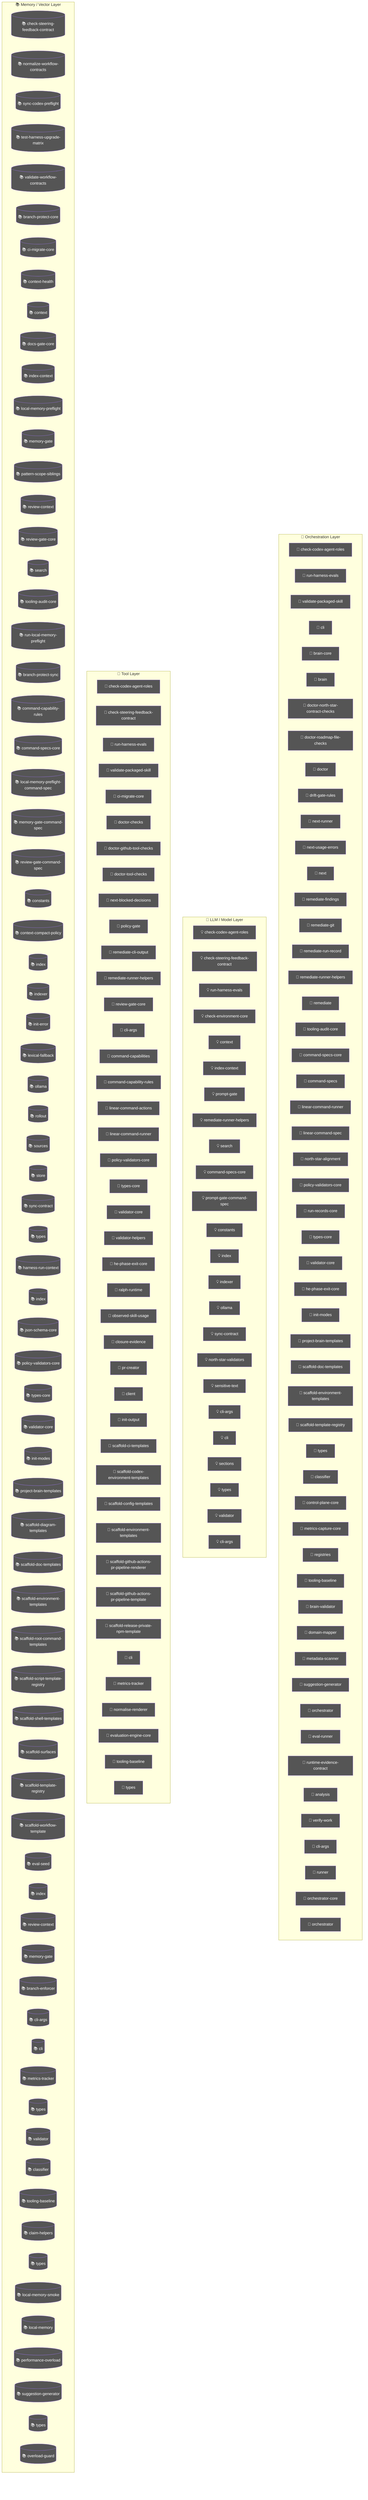
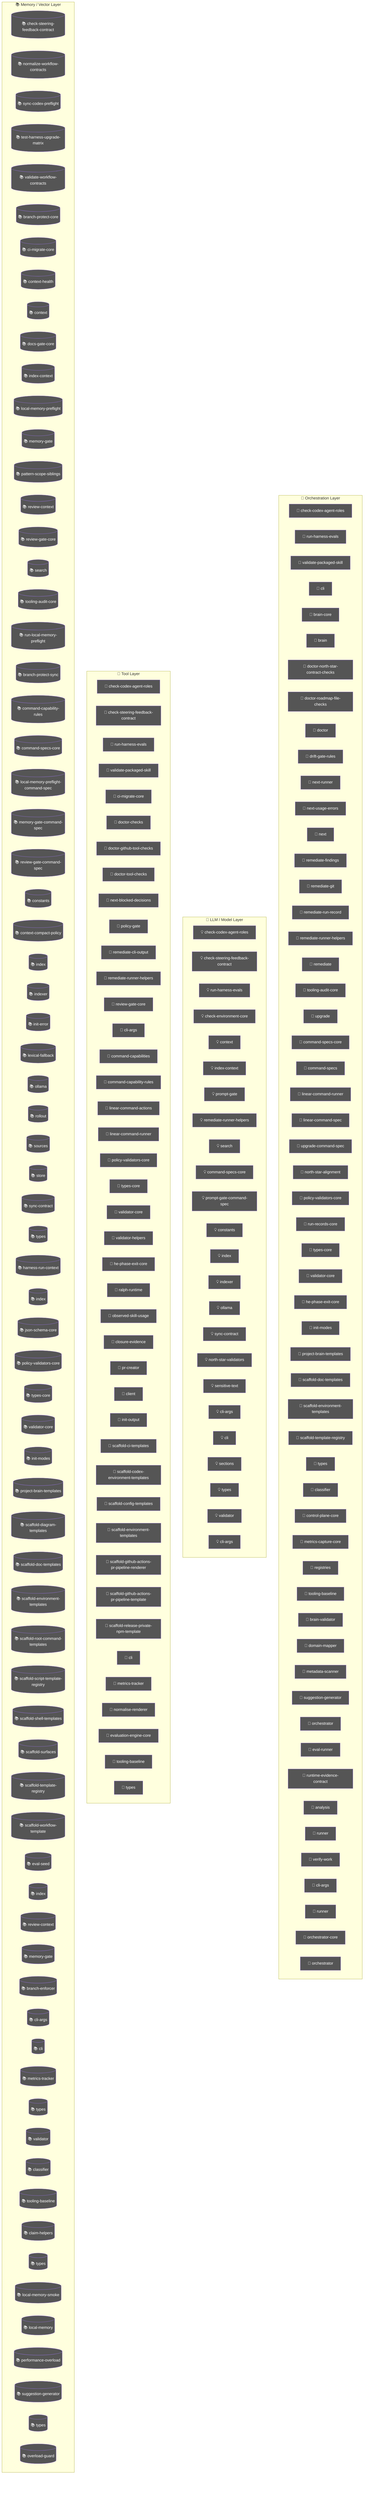
flowchart TD
  subgraph Orchestration["🎯 Orchestration Layer"]
    node_agent_mmd_orchestration_layer_orchestration_chec_7a9f0b64["🤖 check-codex-agent-roles"]
    node_agent_mmd_orchestration_layer_orchestration_run__18817957["🤖 run-harness-evals"]
    node_agent_mmd_orchestration_layer_orchestration_vali_c01b04be["🤖 validate-packaged-skill"]
    cli_99bb8840["🤖 cli"]
    brain_core_aa07c380["🤖 brain-core"]
    brain_bbbf7a64["🤖 brain"]
    doctor_north_star_contract_checks_0048124c["🤖 doctor-north-star-contract-checks"]
    doctor_roadmap_file_checks_14447b8e["🤖 doctor-roadmap-file-checks"]
    doctor_72f4be89["🤖 doctor"]
    drift_gate_rules_9685e72d["🤖 drift-gate-rules"]
    next_runner_41643472["🤖 next-runner"]
    next_usage_errors_837a345a["🤖 next-usage-errors"]
    next_c6c1c9a9["🤖 next"]
    remediate_findings_8b09c8c6["🤖 remediate-findings"]
    remediate_git_58c6f6f4["🤖 remediate-git"]
    remediate_run_record_9dfe5dc1["🤖 remediate-run-record"]
    node_agent_mmd_orchestration_layer_orchestration_reme_359fe98f["🤖 remediate-runner-helpers"]
    remediate_06b9c7fc["🤖 remediate"]
    node_agent_mmd_orchestration_layer_orchestration_tool_acfe0c01["🤖 tooling-audit-core"]
+     upgrade_7fef9479["🤖 upgrade"]
    node_agent_mmd_orchestration_layer_orchestration_comm_1f8cc24c["🤖 command-specs-core"]
    command_specs_69167c63["🤖 command-specs"]
    node_agent_mmd_orchestration_layer_orchestration_line_b67affd5["🤖 linear-command-runner"]
    linear_command_spec_1e12dd44["🤖 linear-command-spec"]
+     upgrade_command_spec_03f6c7bd["🤖 upgrade-command-spec"]
    north_star_alignment_00440188["🤖 north-star-alignment"]
    node_agent_mmd_orchestration_layer_orchestration_poli_3270b55d["🤖 policy-validators-core"]
    run_records_core_89286dfa["🤖 run-records-core"]
    node_agent_mmd_orchestration_layer_orchestration_type_7cf81261["🤖 types-core"]
    node_agent_mmd_orchestration_layer_orchestration_vali_d9fe99e6["🤖 validator-core"]
    node_agent_mmd_orchestration_layer_orchestration_he_p_fc778c24["🤖 he-phase-exit-core"]
    node_agent_mmd_orchestration_layer_orchestration_init_2a9c3ecb["🤖 init-modes"]
    node_agent_mmd_orchestration_layer_orchestration_proj_6ab6f60f["🤖 project-brain-templates"]
    node_agent_mmd_orchestration_layer_orchestration_scaf_12cc07db["🤖 scaffold-doc-templates"]
    node_agent_mmd_orchestration_layer_orchestration_scaf_c9a90c2f["🤖 scaffold-environment-templates"]
    node_agent_mmd_orchestration_layer_orchestration_scaf_ff8f92f6["🤖 scaffold-template-registry"]
    types_9_1db4641f["🤖 types"]
    node_agent_mmd_orchestration_layer_orchestration_clas_899b821a["🤖 classifier"]
    control_plane_core_db3b4cb2["🤖 control-plane-core"]
    metrics_capture_core_db4bf7cf["🤖 metrics-capture-core"]
    registries_06402afa["🤖 registries"]
    node_agent_mmd_orchestration_layer_orchestration_tool_cc43149f["🤖 tooling-baseline"]
    brain_validator_be251832["🤖 brain-validator"]
    domain_mapper_cd9333d2["🤖 domain-mapper"]
    metadata_scanner_6a101b66["🤖 metadata-scanner"]
    node_agent_mmd_orchestration_layer_orchestration_sugg_85c5ebe3["🤖 suggestion-generator"]
    orchestrator_11376b7e["🤖 orchestrator"]
    eval_runner_0966a6b3["🤖 eval-runner"]
    runtime_evidence_contract_0f7b15b2["🤖 runtime-evidence-contract"]
    analysis_f44e85c4["🤖 analysis"]
+     runner_527aa9f4["🤖 runner"]
    verify_work_1_cd8e7ec3["🤖 verify-work"]
-     cli_args_11_b6a64600["🤖 cli-args"]
-     runner_527aa9f4["🤖 runner"]
+     cli_args_13_c585e27d["🤖 cli-args"]
+     runner_1_6f281bf8["🤖 runner"]
    orchestrator_core_d0678b53["🤖 orchestrator-core"]
    orchestrator_1_6b7137c5["🤖 orchestrator"]
  end
  subgraph LLMLayer["🧠 LLM / Model Layer"]
    node_agent_mmd_llm_model_layer_llmlayer_check_codex_a_29e7b7fa["💡 check-codex-agent-roles"]
    node_agent_mmd_llm_model_layer_llmlayer_check_steerin_a7dbbd2f["💡 check-steering-feedback-contract"]
    node_agent_mmd_llm_model_layer_llmlayer_run_harness_e_603fcfdc["💡 run-harness-evals"]
    check_environment_core_2c16213f["💡 check-environment-core"]
    node_agent_mmd_llm_model_layer_llmlayer_context_conte_ad2dfbd9["💡 context"]
    node_agent_mmd_llm_model_layer_llmlayer_index_context_1041bd11["💡 index-context"]
    prompt_gate_c5e9d207["💡 prompt-gate"]
    node_agent_mmd_llm_model_layer_llmlayer_remediate_run_9e3d4585["💡 remediate-runner-helpers"]
    node_agent_mmd_llm_model_layer_llmlayer_search_search_66b9a911["💡 search"]
    node_agent_mmd_llm_model_layer_llmlayer_command_specs_782af9fa["💡 command-specs-core"]
    prompt_gate_command_spec_9a941482["💡 prompt-gate-command-spec"]
    node_agent_mmd_llm_model_layer_llmlayer_constants_con_c9bd3f6c["💡 constants"]
    node_agent_mmd_llm_model_layer_llmlayer_index_index_1_02e160ff["💡 index"]
    node_agent_mmd_llm_model_layer_llmlayer_indexer_index_4f4deef5["💡 indexer"]
    node_agent_mmd_llm_model_layer_llmlayer_ollama_ollama_968b23fa["💡 ollama"]
    node_agent_mmd_llm_model_layer_llmlayer_sync_contract_9f3cc8c1["💡 sync-contract"]
    north_star_validators_cfc926ce["💡 north-star-validators"]
    sensitive_text_7c11f760["💡 sensitive-text"]
-     cli_args_7_16dab031["💡 cli-args"]
+     cli_args_8_d546936e["💡 cli-args"]
    cli_7_dc4a9f7f["💡 cli"]
    sections_4697ef32["💡 sections"]
    types_19_eb4ad5f0["💡 types"]
    validator_6_3688adbf["💡 validator"]
-     cli_args_8_d546936e["💡 cli-args"]
+     cli_args_9_9c136878["💡 cli-args"]
  end
  subgraph ToolLayer["🔧 Tool Layer"]
    node_agent_mmd_tool_layer_toollayer_check_codex_agent_4b361d5a["🔧 check-codex-agent-roles"]
    node_agent_mmd_tool_layer_toollayer_check_steering_fe_84ed22c2["🔧 check-steering-feedback-contract"]
    node_agent_mmd_tool_layer_toollayer_run_harness_evals_e2ee24f1["🔧 run-harness-evals"]
    node_agent_mmd_tool_layer_toollayer_validate_packaged_f6ed6f12["🔧 validate-packaged-skill"]
    node_agent_mmd_tool_layer_toollayer_ci_migrate_core_c_049f8460["🔧 ci-migrate-core"]
    doctor_checks_5a2eb2b9["🔧 doctor-checks"]
    doctor_github_tool_checks_a53b0382["🔧 doctor-github-tool-checks"]
    doctor_tool_checks_4acac51a["🔧 doctor-tool-checks"]
    next_blocked_decisions_4140ad2b["🔧 next-blocked-decisions"]
    policy_gate_213f7313["🔧 policy-gate"]
    remediate_cli_output_cc165396["🔧 remediate-cli-output"]
    node_agent_mmd_tool_layer_toollayer_remediate_runner__c003b871["🔧 remediate-runner-helpers"]
    node_agent_mmd_tool_layer_toollayer_review_gate_core__7704598b["🔧 review-gate-core"]
    cli_args_1_6144b055["🔧 cli-args"]
    command_capabilities_a4d5c71e["🔧 command-capabilities"]
    node_agent_mmd_tool_layer_toollayer_command_capabilit_e97a4615["🔧 command-capability-rules"]
    linear_command_actions_e430f4f4["🔧 linear-command-actions"]
    node_agent_mmd_tool_layer_toollayer_linear_command_ru_d6763748["🔧 linear-command-runner"]
    node_agent_mmd_tool_layer_toollayer_policy_validators_af136abf["🔧 policy-validators-core"]
    node_agent_mmd_tool_layer_toollayer_types_core_types__6c8319b6["🔧 types-core"]
    node_agent_mmd_tool_layer_toollayer_validator_core_va_6ef6131f["🔧 validator-core"]
    validator_helpers_7b927667["🔧 validator-helpers"]
    node_agent_mmd_tool_layer_toollayer_he_phase_exit_cor_af016160["🔧 he-phase-exit-core"]
    ralph_runtime_73d63c0e["🔧 ralph-runtime"]
    observed_skill_usage_ed7d5930["🔧 observed-skill-usage"]
    closure_evidence_aaa31467["🔧 closure-evidence"]
    pr_creator_dc6b1ea4["🔧 pr-creator"]
    client_948fe603["🔧 client"]
    init_output_360dce91["🔧 init-output"]
    scaffold_ci_templates_2afd6392["🔧 scaffold-ci-templates"]
    scaffold_codex_environment_templates_334fbbed["🔧 scaffold-codex-environment-templates"]
    scaffold_config_templates_4b80ce53["🔧 scaffold-config-templates"]
    node_agent_mmd_tool_layer_toollayer_scaffold_environm_c1afc013["🔧 scaffold-environment-templates"]
    scaffold_github_actions_pr_pipeline_renderer_1ee18de5["🔧 scaffold-github-actions-pr-pipeline-renderer"]
    scaffold_github_actions_pr_pipeline_template_e2b85f62["🔧 scaffold-github-actions-pr-pipeline-template"]
    scaffold_release_private_npm_template_075499f8["🔧 scaffold-release-private-npm-template"]
    node_agent_mmd_tool_layer_toollayer_cli_cli_2_1_32d9eeaf["🔧 cli"]
    node_agent_mmd_tool_layer_toollayer_metrics_tracker_m_4c9237d8["🔧 metrics-tracker"]
    normalise_renderer_85f2e563["🔧 normalise-renderer"]
    evaluation_engine_core_e054fe49["🔧 evaluation-engine-core"]
    node_agent_mmd_tool_layer_toollayer_tooling_baseline__61e66e9f["🔧 tooling-baseline"]
    types_25_89d086aa["🔧 types"]
  end
  subgraph MemoryLayer["📚 Memory / Vector Layer"]
    node_agent_mmd_memory_vector_layer_memorylayer_check__d71f8993[("📚 check-steering-feedback-contract")]
    normalize_workflow_contracts_8701f1c8[("📚 normalize-workflow-contracts")]
    sync_codex_preflight_7e7a8dc2[("📚 sync-codex-preflight")]
    test_harness_upgrade_matrix_84113c4e[("📚 test-harness-upgrade-matrix")]
    validate_workflow_contracts_33dc063c[("📚 validate-workflow-contracts")]
    branch_protect_core_a8feb0fd[("📚 branch-protect-core")]
    node_agent_mmd_memory_vector_layer_memorylayer_ci_mig_0cd5b1a4[("📚 ci-migrate-core")]
    context_health_80bb7da9[("📚 context-health")]
    node_agent_mmd_memory_vector_layer_memorylayer_contex_78ceaaa9[("📚 context")]
    docs_gate_core_eb9b6c18[("📚 docs-gate-core")]
    node_agent_mmd_memory_vector_layer_memorylayer_index__6f3402d0[("📚 index-context")]
    local_memory_preflight_dcc36c42[("📚 local-memory-preflight")]
    memory_gate_a577a506[("📚 memory-gate")]
    pattern_scope_siblings_43abe000[("📚 pattern-scope-siblings")]
    review_context_ca6cf81d[("📚 review-context")]
    node_agent_mmd_memory_vector_layer_memorylayer_review_5bee9816[("📚 review-gate-core")]
    node_agent_mmd_memory_vector_layer_memorylayer_search_ac35cb7e[("📚 search")]
    node_agent_mmd_memory_vector_layer_memorylayer_toolin_a1185b8f[("📚 tooling-audit-core")]
    run_local_memory_preflight_36e92808[("📚 run-local-memory-preflight")]
    branch_protect_sync_570adb18[("📚 branch-protect-sync")]
    node_agent_mmd_memory_vector_layer_memorylayer_comman_c72a5d05[("📚 command-capability-rules")]
    node_agent_mmd_memory_vector_layer_memorylayer_comman_111eb454[("📚 command-specs-core")]
    local_memory_preflight_command_spec_9e23f3ce[("📚 local-memory-preflight-command-spec")]
    memory_gate_command_spec_dc9001a9[("📚 memory-gate-command-spec")]
    review_gate_command_spec_3187376a[("📚 review-gate-command-spec")]
    node_agent_mmd_memory_vector_layer_memorylayer_consta_702d3f46[("📚 constants")]
    context_compact_policy_3dcaf95d[("📚 context-compact-policy")]
    node_agent_mmd_memory_vector_layer_memorylayer_index__752bc61e[("📚 index")]
    node_agent_mmd_memory_vector_layer_memorylayer_indexe_93e6d86f[("📚 indexer")]
    init_error_5c7dd49f[("📚 init-error")]
    lexical_fallback_723e2b3e[("📚 lexical-fallback")]
    node_agent_mmd_memory_vector_layer_memorylayer_ollama_6d51be16[("📚 ollama")]
    rollout_a4fa034c[("📚 rollout")]
    sources_878a52fc[("📚 sources")]
    store_824d80d7[("📚 store")]
    node_agent_mmd_memory_vector_layer_memorylayer_sync_c_e43418bc[("📚 sync-contract")]
    types_4_822d0f88[("📚 types")]
    harness_run_context_ac7c77a9[("📚 harness-run-context")]
    index_1_faebc14e[("📚 index")]
    json_schema_core_96d7e328[("📚 json-schema-core")]
    node_agent_mmd_memory_vector_layer_memorylayer_policy_1944de42[("📚 policy-validators-core")]
    node_agent_mmd_memory_vector_layer_memorylayer_types__83f369fa[("📚 types-core")]
    node_agent_mmd_memory_vector_layer_memorylayer_valida_41034356[("📚 validator-core")]
    node_agent_mmd_memory_vector_layer_memorylayer_init_m_333d02c5[("📚 init-modes")]
    node_agent_mmd_memory_vector_layer_memorylayer_projec_3ae304d9[("📚 project-brain-templates")]
    scaffold_diagram_templates_dd88e83c[("📚 scaffold-diagram-templates")]
    node_agent_mmd_memory_vector_layer_memorylayer_scaffo_5fd73b94[("📚 scaffold-doc-templates")]
    node_agent_mmd_memory_vector_layer_memorylayer_scaffo_12b42341[("📚 scaffold-environment-templates")]
    scaffold_root_command_templates_404fed7f[("📚 scaffold-root-command-templates")]
    scaffold_script_template_registry_69312d4e[("📚 scaffold-script-template-registry")]
    scaffold_shell_templates_0ad0f915[("📚 scaffold-shell-templates")]
    scaffold_surfaces_12d6494e[("📚 scaffold-surfaces")]
    node_agent_mmd_memory_vector_layer_memorylayer_scaffo_a86eece1[("📚 scaffold-template-registry")]
    scaffold_workflow_template_92310587[("📚 scaffold-workflow-template")]
    eval_seed_5699fd3e[("📚 eval-seed")]
    index_4_013aa0e3[("📚 index")]
    review_context_1_e3afed15[("📚 review-context")]
    memory_gate_1_265164ac[("📚 memory-gate")]
    branch_enforcer_acb749cd[("📚 branch-enforcer")]
-     cli_args_4_15572cd3[("📚 cli-args")]
+     cli_args_5_09ea29f0[("📚 cli-args")]
    node_agent_mmd_memory_vector_layer_memorylayer_cli_cl_1f1f89ab[("📚 cli")]
    node_agent_mmd_memory_vector_layer_memorylayer_metric_12562178[("📚 metrics-tracker")]
    types_11_4be3ee64[("📚 types")]
    validator_4_5180cf23[("📚 validator")]
    node_agent_mmd_memory_vector_layer_memorylayer_classi_1ebbf5ff[("📚 classifier")]
    node_agent_mmd_memory_vector_layer_memorylayer_toolin_14f86b00[("📚 tooling-baseline")]
    claim_helpers_20dc8387[("📚 claim-helpers")]
    types_16_0fae1112[("📚 types")]
    local_memory_smoke_1175abfc[("📚 local-memory-smoke")]
    local_memory_0db17ecc[("📚 local-memory")]
    performance_overload_c685bfcf[("📚 performance-overload")]
    node_agent_mmd_memory_vector_layer_memorylayer_sugges_267f408d[("📚 suggestion-generator")]
    types_23_4352ee2e[("📚 types")]
    overload_guard_2748c559[("📚 overload-guard")]
  end
  classDef agentNode fill:#555,color:#fff
-   class node_agent_mmd_orchestration_layer_orchestration_chec_7a9f0b64,node_agent_mmd_llm_model_layer_llmlayer_check_codex_a_29e7b7fa,node_agent_mmd_tool_layer_toollayer_check_codex_agent_4b361d5a,node_agent_mmd_orchestration_layer_orchestration_run__18817957,node_agent_mmd_llm_model_layer_llmlayer_run_harness_e_603fcfdc,node_agent_mmd_tool_layer_toollayer_run_harness_evals_e2ee24f1,node_agent_mmd_orchestration_layer_orchestration_vali_c01b04be,node_agent_mmd_tool_layer_toollayer_validate_packaged_f6ed6f12,cli_99bb8840,brain_core_aa07c380,brain_bbbf7a64,doctor_north_star_contract_checks_0048124c,doctor_roadmap_file_checks_14447b8e,doctor_72f4be89,drift_gate_rules_9685e72d,next_runner_41643472,next_usage_errors_837a345a,next_c6c1c9a9,remediate_findings_8b09c8c6,remediate_git_58c6f6f4,remediate_run_record_9dfe5dc1,node_agent_mmd_orchestration_layer_orchestration_reme_359fe98f,node_agent_mmd_llm_model_layer_llmlayer_remediate_run_9e3d4585,node_agent_mmd_tool_layer_toollayer_remediate_runner__c003b871,remediate_06b9c7fc,node_agent_mmd_orchestration_layer_orchestration_tool_acfe0c01,node_agent_mmd_memory_vector_layer_memorylayer_toolin_a1185b8f,node_agent_mmd_orchestration_layer_orchestration_comm_1f8cc24c,node_agent_mmd_llm_model_layer_llmlayer_command_specs_782af9fa,node_agent_mmd_memory_vector_layer_memorylayer_comman_111eb454,command_specs_69167c63,node_agent_mmd_orchestration_layer_orchestration_line_b67affd5,node_agent_mmd_tool_layer_toollayer_linear_command_ru_d6763748,linear_command_spec_1e12dd44,north_star_alignment_00440188,node_agent_mmd_orchestration_layer_orchestration_poli_3270b55d,node_agent_mmd_tool_layer_toollayer_policy_validators_af136abf,node_agent_mmd_memory_vector_layer_memorylayer_policy_1944de42,run_records_core_89286dfa,node_agent_mmd_orchestration_layer_orchestration_type_7cf81261,node_agent_mmd_tool_layer_toollayer_types_core_types__6c8319b6,node_agent_mmd_memory_vector_layer_memorylayer_types__83f369fa,node_agent_mmd_orchestration_layer_orchestration_vali_d9fe99e6,node_agent_mmd_tool_layer_toollayer_validator_core_va_6ef6131f,node_agent_mmd_memory_vector_layer_memorylayer_valida_41034356,node_agent_mmd_orchestration_layer_orchestration_he_p_fc778c24,node_agent_mmd_tool_layer_toollayer_he_phase_exit_cor_af016160,node_agent_mmd_orchestration_layer_orchestration_init_2a9c3ecb,node_agent_mmd_memory_vector_layer_memorylayer_init_m_333d02c5,node_agent_mmd_orchestration_layer_orchestration_proj_6ab6f60f,node_agent_mmd_memory_vector_layer_memorylayer_projec_3ae304d9,node_agent_mmd_orchestration_layer_orchestration_scaf_12cc07db,node_agent_mmd_memory_vector_layer_memorylayer_scaffo_5fd73b94,node_agent_mmd_orchestration_layer_orchestration_scaf_c9a90c2f,node_agent_mmd_tool_layer_toollayer_scaffold_environm_c1afc013,node_agent_mmd_memory_vector_layer_memorylayer_scaffo_12b42341,node_agent_mmd_orchestration_layer_orchestration_scaf_ff8f92f6,node_agent_mmd_memory_vector_layer_memorylayer_scaffo_a86eece1,types_9_1db4641f,node_agent_mmd_orchestration_layer_orchestration_clas_899b821a,node_agent_mmd_memory_vector_layer_memorylayer_classi_1ebbf5ff,control_plane_core_db3b4cb2,metrics_capture_core_db4bf7cf,registries_06402afa,node_agent_mmd_orchestration_layer_orchestration_tool_cc43149f,node_agent_mmd_tool_layer_toollayer_tooling_baseline__61e66e9f,node_agent_mmd_memory_vector_layer_memorylayer_toolin_14f86b00,brain_validator_be251832,domain_mapper_cd9333d2,metadata_scanner_6a101b66,node_agent_mmd_orchestration_layer_orchestration_sugg_85c5ebe3,node_agent_mmd_memory_vector_layer_memorylayer_sugges_267f408d,orchestrator_11376b7e,eval_runner_0966a6b3,runtime_evidence_contract_0f7b15b2,analysis_f44e85c4,verify_work_1_cd8e7ec3,cli_args_11_b6a64600,runner_527aa9f4,orchestrator_core_d0678b53,orchestrator_1_6b7137c5 agentNode
+   class node_agent_mmd_orchestration_layer_orchestration_chec_7a9f0b64,node_agent_mmd_llm_model_layer_llmlayer_check_codex_a_29e7b7fa,node_agent_mmd_tool_layer_toollayer_check_codex_agent_4b361d5a,node_agent_mmd_orchestration_layer_orchestration_run__18817957,node_agent_mmd_llm_model_layer_llmlayer_run_harness_e_603fcfdc,node_agent_mmd_tool_layer_toollayer_run_harness_evals_e2ee24f1,node_agent_mmd_orchestration_layer_orchestration_vali_c01b04be,node_agent_mmd_tool_layer_toollayer_validate_packaged_f6ed6f12,cli_99bb8840,brain_core_aa07c380,brain_bbbf7a64,doctor_north_star_contract_checks_0048124c,doctor_roadmap_file_checks_14447b8e,doctor_72f4be89,drift_gate_rules_9685e72d,next_runner_41643472,next_usage_errors_837a345a,next_c6c1c9a9,remediate_findings_8b09c8c6,remediate_git_58c6f6f4,remediate_run_record_9dfe5dc1,node_agent_mmd_orchestration_layer_orchestration_reme_359fe98f,node_agent_mmd_llm_model_layer_llmlayer_remediate_run_9e3d4585,node_agent_mmd_tool_layer_toollayer_remediate_runner__c003b871,remediate_06b9c7fc,node_agent_mmd_orchestration_layer_orchestration_tool_acfe0c01,node_agent_mmd_memory_vector_layer_memorylayer_toolin_a1185b8f,upgrade_7fef9479,node_agent_mmd_orchestration_layer_orchestration_comm_1f8cc24c,node_agent_mmd_llm_model_layer_llmlayer_command_specs_782af9fa,node_agent_mmd_memory_vector_layer_memorylayer_comman_111eb454,command_specs_69167c63,node_agent_mmd_orchestration_layer_orchestration_line_b67affd5,node_agent_mmd_tool_layer_toollayer_linear_command_ru_d6763748,linear_command_spec_1e12dd44,upgrade_command_spec_03f6c7bd,north_star_alignment_00440188,node_agent_mmd_orchestration_layer_orchestration_poli_3270b55d,node_agent_mmd_tool_layer_toollayer_policy_validators_af136abf,node_agent_mmd_memory_vector_layer_memorylayer_policy_1944de42,run_records_core_89286dfa,node_agent_mmd_orchestration_layer_orchestration_type_7cf81261,node_agent_mmd_tool_layer_toollayer_types_core_types__6c8319b6,node_agent_mmd_memory_vector_layer_memorylayer_types__83f369fa,node_agent_mmd_orchestration_layer_orchestration_vali_d9fe99e6,node_agent_mmd_tool_layer_toollayer_validator_core_va_6ef6131f,node_agent_mmd_memory_vector_layer_memorylayer_valida_41034356,node_agent_mmd_orchestration_layer_orchestration_he_p_fc778c24,node_agent_mmd_tool_layer_toollayer_he_phase_exit_cor_af016160,node_agent_mmd_orchestration_layer_orchestration_init_2a9c3ecb,node_agent_mmd_memory_vector_layer_memorylayer_init_m_333d02c5,node_agent_mmd_orchestration_layer_orchestration_proj_6ab6f60f,node_agent_mmd_memory_vector_layer_memorylayer_projec_3ae304d9,node_agent_mmd_orchestration_layer_orchestration_scaf_12cc07db,node_agent_mmd_memory_vector_layer_memorylayer_scaffo_5fd73b94,node_agent_mmd_orchestration_layer_orchestration_scaf_c9a90c2f,node_agent_mmd_tool_layer_toollayer_scaffold_environm_c1afc013,node_agent_mmd_memory_vector_layer_memorylayer_scaffo_12b42341,node_agent_mmd_orchestration_layer_orchestration_scaf_ff8f92f6,node_agent_mmd_memory_vector_layer_memorylayer_scaffo_a86eece1,types_9_1db4641f,node_agent_mmd_orchestration_layer_orchestration_clas_899b821a,node_agent_mmd_memory_vector_layer_memorylayer_classi_1ebbf5ff,control_plane_core_db3b4cb2,metrics_capture_core_db4bf7cf,registries_06402afa,node_agent_mmd_orchestration_layer_orchestration_tool_cc43149f,node_agent_mmd_tool_layer_toollayer_tooling_baseline__61e66e9f,node_agent_mmd_memory_vector_layer_memorylayer_toolin_14f86b00,brain_validator_be251832,domain_mapper_cd9333d2,metadata_scanner_6a101b66,node_agent_mmd_orchestration_layer_orchestration_sugg_85c5ebe3,node_agent_mmd_memory_vector_layer_memorylayer_sugges_267f408d,orchestrator_11376b7e,eval_runner_0966a6b3,runtime_evidence_contract_0f7b15b2,analysis_f44e85c4,runner_527aa9f4,verify_work_1_cd8e7ec3,cli_args_13_c585e27d,runner_1_6f281bf8,orchestrator_core_d0678b53,orchestrator_1_6b7137c5 agentNode
  classDef llmNode fill:#555,color:#fff
-   class node_agent_mmd_orchestration_layer_orchestration_chec_7a9f0b64,node_agent_mmd_llm_model_layer_llmlayer_check_codex_a_29e7b7fa,node_agent_mmd_tool_layer_toollayer_check_codex_agent_4b361d5a,node_agent_mmd_llm_model_layer_llmlayer_check_steerin_a7dbbd2f,node_agent_mmd_tool_layer_toollayer_check_steering_fe_84ed22c2,node_agent_mmd_memory_vector_layer_memorylayer_check__d71f8993,node_agent_mmd_orchestration_layer_orchestration_run__18817957,node_agent_mmd_llm_model_layer_llmlayer_run_harness_e_603fcfdc,node_agent_mmd_tool_layer_toollayer_run_harness_evals_e2ee24f1,check_environment_core_2c16213f,node_agent_mmd_llm_model_layer_llmlayer_context_conte_ad2dfbd9,node_agent_mmd_memory_vector_layer_memorylayer_contex_78ceaaa9,node_agent_mmd_llm_model_layer_llmlayer_index_context_1041bd11,node_agent_mmd_memory_vector_layer_memorylayer_index__6f3402d0,prompt_gate_c5e9d207,node_agent_mmd_orchestration_layer_orchestration_reme_359fe98f,node_agent_mmd_llm_model_layer_llmlayer_remediate_run_9e3d4585,node_agent_mmd_tool_layer_toollayer_remediate_runner__c003b871,node_agent_mmd_llm_model_layer_llmlayer_search_search_66b9a911,node_agent_mmd_memory_vector_layer_memorylayer_search_ac35cb7e,node_agent_mmd_orchestration_layer_orchestration_comm_1f8cc24c,node_agent_mmd_llm_model_layer_llmlayer_command_specs_782af9fa,node_agent_mmd_memory_vector_layer_memorylayer_comman_111eb454,prompt_gate_command_spec_9a941482,node_agent_mmd_llm_model_layer_llmlayer_constants_con_c9bd3f6c,node_agent_mmd_memory_vector_layer_memorylayer_consta_702d3f46,node_agent_mmd_llm_model_layer_llmlayer_index_index_1_02e160ff,node_agent_mmd_memory_vector_layer_memorylayer_index__752bc61e,node_agent_mmd_llm_model_layer_llmlayer_indexer_index_4f4deef5,node_agent_mmd_memory_vector_layer_memorylayer_indexe_93e6d86f,node_agent_mmd_llm_model_layer_llmlayer_ollama_ollama_968b23fa,node_agent_mmd_memory_vector_layer_memorylayer_ollama_6d51be16,node_agent_mmd_llm_model_layer_llmlayer_sync_contract_9f3cc8c1,node_agent_mmd_memory_vector_layer_memorylayer_sync_c_e43418bc,north_star_validators_cfc926ce,sensitive_text_7c11f760,cli_args_7_16dab031,cli_7_dc4a9f7f,sections_4697ef32,types_19_eb4ad5f0,validator_6_3688adbf,cli_args_8_d546936e llmNode
+   class node_agent_mmd_orchestration_layer_orchestration_chec_7a9f0b64,node_agent_mmd_llm_model_layer_llmlayer_check_codex_a_29e7b7fa,node_agent_mmd_tool_layer_toollayer_check_codex_agent_4b361d5a,node_agent_mmd_llm_model_layer_llmlayer_check_steerin_a7dbbd2f,node_agent_mmd_tool_layer_toollayer_check_steering_fe_84ed22c2,node_agent_mmd_memory_vector_layer_memorylayer_check__d71f8993,node_agent_mmd_orchestration_layer_orchestration_run__18817957,node_agent_mmd_llm_model_layer_llmlayer_run_harness_e_603fcfdc,node_agent_mmd_tool_layer_toollayer_run_harness_evals_e2ee24f1,check_environment_core_2c16213f,node_agent_mmd_llm_model_layer_llmlayer_context_conte_ad2dfbd9,node_agent_mmd_memory_vector_layer_memorylayer_contex_78ceaaa9,node_agent_mmd_llm_model_layer_llmlayer_index_context_1041bd11,node_agent_mmd_memory_vector_layer_memorylayer_index__6f3402d0,prompt_gate_c5e9d207,node_agent_mmd_orchestration_layer_orchestration_reme_359fe98f,node_agent_mmd_llm_model_layer_llmlayer_remediate_run_9e3d4585,node_agent_mmd_tool_layer_toollayer_remediate_runner__c003b871,node_agent_mmd_llm_model_layer_llmlayer_search_search_66b9a911,node_agent_mmd_memory_vector_layer_memorylayer_search_ac35cb7e,node_agent_mmd_orchestration_layer_orchestration_comm_1f8cc24c,node_agent_mmd_llm_model_layer_llmlayer_command_specs_782af9fa,node_agent_mmd_memory_vector_layer_memorylayer_comman_111eb454,prompt_gate_command_spec_9a941482,node_agent_mmd_llm_model_layer_llmlayer_constants_con_c9bd3f6c,node_agent_mmd_memory_vector_layer_memorylayer_consta_702d3f46,node_agent_mmd_llm_model_layer_llmlayer_index_index_1_02e160ff,node_agent_mmd_memory_vector_layer_memorylayer_index__752bc61e,node_agent_mmd_llm_model_layer_llmlayer_indexer_index_4f4deef5,node_agent_mmd_memory_vector_layer_memorylayer_indexe_93e6d86f,node_agent_mmd_llm_model_layer_llmlayer_ollama_ollama_968b23fa,node_agent_mmd_memory_vector_layer_memorylayer_ollama_6d51be16,node_agent_mmd_llm_model_layer_llmlayer_sync_contract_9f3cc8c1,node_agent_mmd_memory_vector_layer_memorylayer_sync_c_e43418bc,north_star_validators_cfc926ce,sensitive_text_7c11f760,cli_args_8_d546936e,cli_7_dc4a9f7f,sections_4697ef32,types_19_eb4ad5f0,validator_6_3688adbf,cli_args_9_9c136878 llmNode
  classDef toolNode fill:#555,color:#fff
  class node_agent_mmd_orchestration_layer_orchestration_chec_7a9f0b64,node_agent_mmd_llm_model_layer_llmlayer_check_codex_a_29e7b7fa,node_agent_mmd_tool_layer_toollayer_check_codex_agent_4b361d5a,node_agent_mmd_llm_model_layer_llmlayer_check_steerin_a7dbbd2f,node_agent_mmd_tool_layer_toollayer_check_steering_fe_84ed22c2,node_agent_mmd_memory_vector_layer_memorylayer_check__d71f8993,node_agent_mmd_orchestration_layer_orchestration_run__18817957,node_agent_mmd_llm_model_layer_llmlayer_run_harness_e_603fcfdc,node_agent_mmd_tool_layer_toollayer_run_harness_evals_e2ee24f1,node_agent_mmd_orchestration_layer_orchestration_vali_c01b04be,node_agent_mmd_tool_layer_toollayer_validate_packaged_f6ed6f12,node_agent_mmd_tool_layer_toollayer_ci_migrate_core_c_049f8460,node_agent_mmd_memory_vector_layer_memorylayer_ci_mig_0cd5b1a4,doctor_checks_5a2eb2b9,doctor_github_tool_checks_a53b0382,doctor_tool_checks_4acac51a,next_blocked_decisions_4140ad2b,policy_gate_213f7313,remediate_cli_output_cc165396,node_agent_mmd_orchestration_layer_orchestration_reme_359fe98f,node_agent_mmd_llm_model_layer_llmlayer_remediate_run_9e3d4585,node_agent_mmd_tool_layer_toollayer_remediate_runner__c003b871,node_agent_mmd_tool_layer_toollayer_review_gate_core__7704598b,node_agent_mmd_memory_vector_layer_memorylayer_review_5bee9816,cli_args_1_6144b055,command_capabilities_a4d5c71e,node_agent_mmd_tool_layer_toollayer_command_capabilit_e97a4615,node_agent_mmd_memory_vector_layer_memorylayer_comman_c72a5d05,linear_command_actions_e430f4f4,node_agent_mmd_orchestration_layer_orchestration_line_b67affd5,node_agent_mmd_tool_layer_toollayer_linear_command_ru_d6763748,node_agent_mmd_orchestration_layer_orchestration_poli_3270b55d,node_agent_mmd_tool_layer_toollayer_policy_validators_af136abf,node_agent_mmd_memory_vector_layer_memorylayer_policy_1944de42,node_agent_mmd_orchestration_layer_orchestration_type_7cf81261,node_agent_mmd_tool_layer_toollayer_types_core_types__6c8319b6,node_agent_mmd_memory_vector_layer_memorylayer_types__83f369fa,node_agent_mmd_orchestration_layer_orchestration_vali_d9fe99e6,node_agent_mmd_tool_layer_toollayer_validator_core_va_6ef6131f,node_agent_mmd_memory_vector_layer_memorylayer_valida_41034356,validator_helpers_7b927667,node_agent_mmd_orchestration_layer_orchestration_he_p_fc778c24,node_agent_mmd_tool_layer_toollayer_he_phase_exit_cor_af016160,ralph_runtime_73d63c0e,observed_skill_usage_ed7d5930,closure_evidence_aaa31467,pr_creator_dc6b1ea4,client_948fe603,init_output_360dce91,scaffold_ci_templates_2afd6392,scaffold_codex_environment_templates_334fbbed,scaffold_config_templates_4b80ce53,node_agent_mmd_orchestration_layer_orchestration_scaf_c9a90c2f,node_agent_mmd_tool_layer_toollayer_scaffold_environm_c1afc013,node_agent_mmd_memory_vector_layer_memorylayer_scaffo_12b42341,scaffold_github_actions_pr_pipeline_renderer_1ee18de5,scaffold_github_actions_pr_pipeline_template_e2b85f62,scaffold_release_private_npm_template_075499f8,node_agent_mmd_tool_layer_toollayer_cli_cli_2_1_32d9eeaf,node_agent_mmd_memory_vector_layer_memorylayer_cli_cl_1f1f89ab,node_agent_mmd_tool_layer_toollayer_metrics_tracker_m_4c9237d8,node_agent_mmd_memory_vector_layer_memorylayer_metric_12562178,normalise_renderer_85f2e563,evaluation_engine_core_e054fe49,node_agent_mmd_orchestration_layer_orchestration_tool_cc43149f,node_agent_mmd_tool_layer_toollayer_tooling_baseline__61e66e9f,node_agent_mmd_memory_vector_layer_memorylayer_toolin_14f86b00,types_25_89d086aa toolNode
  classDef memNode fill:#555,color:#fff
-   class node_agent_mmd_llm_model_layer_llmlayer_check_steerin_a7dbbd2f,node_agent_mmd_tool_layer_toollayer_check_steering_fe_84ed22c2,node_agent_mmd_memory_vector_layer_memorylayer_check__d71f8993,normalize_workflow_contracts_8701f1c8,sync_codex_preflight_7e7a8dc2,test_harness_upgrade_matrix_84113c4e,validate_workflow_contracts_33dc063c,branch_protect_core_a8feb0fd,node_agent_mmd_tool_layer_toollayer_ci_migrate_core_c_049f8460,node_agent_mmd_memory_vector_layer_memorylayer_ci_mig_0cd5b1a4,context_health_80bb7da9,node_agent_mmd_llm_model_layer_llmlayer_context_conte_ad2dfbd9,node_agent_mmd_memory_vector_layer_memorylayer_contex_78ceaaa9,docs_gate_core_eb9b6c18,node_agent_mmd_llm_model_layer_llmlayer_index_context_1041bd11,node_agent_mmd_memory_vector_layer_memorylayer_index__6f3402d0,local_memory_preflight_dcc36c42,memory_gate_a577a506,pattern_scope_siblings_43abe000,review_context_ca6cf81d,node_agent_mmd_tool_layer_toollayer_review_gate_core__7704598b,node_agent_mmd_memory_vector_layer_memorylayer_review_5bee9816,node_agent_mmd_llm_model_layer_llmlayer_search_search_66b9a911,node_agent_mmd_memory_vector_layer_memorylayer_search_ac35cb7e,node_agent_mmd_orchestration_layer_orchestration_tool_acfe0c01,node_agent_mmd_memory_vector_layer_memorylayer_toolin_a1185b8f,run_local_memory_preflight_36e92808,branch_protect_sync_570adb18,node_agent_mmd_tool_layer_toollayer_command_capabilit_e97a4615,node_agent_mmd_memory_vector_layer_memorylayer_comman_c72a5d05,node_agent_mmd_orchestration_layer_orchestration_comm_1f8cc24c,node_agent_mmd_llm_model_layer_llmlayer_command_specs_782af9fa,node_agent_mmd_memory_vector_layer_memorylayer_comman_111eb454,local_memory_preflight_command_spec_9e23f3ce,memory_gate_command_spec_dc9001a9,review_gate_command_spec_3187376a,node_agent_mmd_llm_model_layer_llmlayer_constants_con_c9bd3f6c,node_agent_mmd_memory_vector_layer_memorylayer_consta_702d3f46,context_compact_policy_3dcaf95d,node_agent_mmd_llm_model_layer_llmlayer_index_index_1_02e160ff,node_agent_mmd_memory_vector_layer_memorylayer_index__752bc61e,node_agent_mmd_llm_model_layer_llmlayer_indexer_index_4f4deef5,node_agent_mmd_memory_vector_layer_memorylayer_indexe_93e6d86f,init_error_5c7dd49f,lexical_fallback_723e2b3e,node_agent_mmd_llm_model_layer_llmlayer_ollama_ollama_968b23fa,node_agent_mmd_memory_vector_layer_memorylayer_ollama_6d51be16,rollout_a4fa034c,sources_878a52fc,store_824d80d7,node_agent_mmd_llm_model_layer_llmlayer_sync_contract_9f3cc8c1,node_agent_mmd_memory_vector_layer_memorylayer_sync_c_e43418bc,types_4_822d0f88,harness_run_context_ac7c77a9,index_1_faebc14e,json_schema_core_96d7e328,node_agent_mmd_orchestration_layer_orchestration_poli_3270b55d,node_agent_mmd_tool_layer_toollayer_policy_validators_af136abf,node_agent_mmd_memory_vector_layer_memorylayer_policy_1944de42,node_agent_mmd_orchestration_layer_orchestration_type_7cf81261,node_agent_mmd_tool_layer_toollayer_types_core_types__6c8319b6,node_agent_mmd_memory_vector_layer_memorylayer_types__83f369fa,node_agent_mmd_orchestration_layer_orchestration_vali_d9fe99e6,node_agent_mmd_tool_layer_toollayer_validator_core_va_6ef6131f,node_agent_mmd_memory_vector_layer_memorylayer_valida_41034356,node_agent_mmd_orchestration_layer_orchestration_init_2a9c3ecb,node_agent_mmd_memory_vector_layer_memorylayer_init_m_333d02c5,node_agent_mmd_orchestration_layer_orchestration_proj_6ab6f60f,node_agent_mmd_memory_vector_layer_memorylayer_projec_3ae304d9,scaffold_diagram_templates_dd88e83c,node_agent_mmd_orchestration_layer_orchestration_scaf_12cc07db,node_agent_mmd_memory_vector_layer_memorylayer_scaffo_5fd73b94,node_agent_mmd_orchestration_layer_orchestration_scaf_c9a90c2f,node_agent_mmd_tool_layer_toollayer_scaffold_environm_c1afc013,node_agent_mmd_memory_vector_layer_memorylayer_scaffo_12b42341,scaffold_root_command_templates_404fed7f,scaffold_script_template_registry_69312d4e,scaffold_shell_templates_0ad0f915,scaffold_surfaces_12d6494e,node_agent_mmd_orchestration_layer_orchestration_scaf_ff8f92f6,node_agent_mmd_memory_vector_layer_memorylayer_scaffo_a86eece1,scaffold_workflow_template_92310587,eval_seed_5699fd3e,index_4_013aa0e3,review_context_1_e3afed15,memory_gate_1_265164ac,branch_enforcer_acb749cd,cli_args_4_15572cd3,node_agent_mmd_tool_layer_toollayer_cli_cli_2_1_32d9eeaf,node_agent_mmd_memory_vector_layer_memorylayer_cli_cl_1f1f89ab,node_agent_mmd_tool_layer_toollayer_metrics_tracker_m_4c9237d8,node_agent_mmd_memory_vector_layer_memorylayer_metric_12562178,types_11_4be3ee64,validator_4_5180cf23,node_agent_mmd_orchestration_layer_orchestration_clas_899b821a,node_agent_mmd_memory_vector_layer_memorylayer_classi_1ebbf5ff,node_agent_mmd_orchestration_layer_orchestration_tool_cc43149f,node_agent_mmd_tool_layer_toollayer_tooling_baseline__61e66e9f,node_agent_mmd_memory_vector_layer_memorylayer_toolin_14f86b00,claim_helpers_20dc8387,types_16_0fae1112,local_memory_smoke_1175abfc,local_memory_0db17ecc,performance_overload_c685bfcf,node_agent_mmd_orchestration_layer_orchestration_sugg_85c5ebe3,node_agent_mmd_memory_vector_layer_memorylayer_sugges_267f408d,types_23_4352ee2e,overload_guard_2748c559 memNode
+   class node_agent_mmd_llm_model_layer_llmlayer_check_steerin_a7dbbd2f,node_agent_mmd_tool_layer_toollayer_check_steering_fe_84ed22c2,node_agent_mmd_memory_vector_layer_memorylayer_check__d71f8993,normalize_workflow_contracts_8701f1c8,sync_codex_preflight_7e7a8dc2,test_harness_upgrade_matrix_84113c4e,validate_workflow_contracts_33dc063c,branch_protect_core_a8feb0fd,node_agent_mmd_tool_layer_toollayer_ci_migrate_core_c_049f8460,node_agent_mmd_memory_vector_layer_memorylayer_ci_mig_0cd5b1a4,context_health_80bb7da9,node_agent_mmd_llm_model_layer_llmlayer_context_conte_ad2dfbd9,node_agent_mmd_memory_vector_layer_memorylayer_contex_78ceaaa9,docs_gate_core_eb9b6c18,node_agent_mmd_llm_model_layer_llmlayer_index_context_1041bd11,node_agent_mmd_memory_vector_layer_memorylayer_index__6f3402d0,local_memory_preflight_dcc36c42,memory_gate_a577a506,pattern_scope_siblings_43abe000,review_context_ca6cf81d,node_agent_mmd_tool_layer_toollayer_review_gate_core__7704598b,node_agent_mmd_memory_vector_layer_memorylayer_review_5bee9816,node_agent_mmd_llm_model_layer_llmlayer_search_search_66b9a911,node_agent_mmd_memory_vector_layer_memorylayer_search_ac35cb7e,node_agent_mmd_orchestration_layer_orchestration_tool_acfe0c01,node_agent_mmd_memory_vector_layer_memorylayer_toolin_a1185b8f,run_local_memory_preflight_36e92808,branch_protect_sync_570adb18,node_agent_mmd_tool_layer_toollayer_command_capabilit_e97a4615,node_agent_mmd_memory_vector_layer_memorylayer_comman_c72a5d05,node_agent_mmd_orchestration_layer_orchestration_comm_1f8cc24c,node_agent_mmd_llm_model_layer_llmlayer_command_specs_782af9fa,node_agent_mmd_memory_vector_layer_memorylayer_comman_111eb454,local_memory_preflight_command_spec_9e23f3ce,memory_gate_command_spec_dc9001a9,review_gate_command_spec_3187376a,node_agent_mmd_llm_model_layer_llmlayer_constants_con_c9bd3f6c,node_agent_mmd_memory_vector_layer_memorylayer_consta_702d3f46,context_compact_policy_3dcaf95d,node_agent_mmd_llm_model_layer_llmlayer_index_index_1_02e160ff,node_agent_mmd_memory_vector_layer_memorylayer_index__752bc61e,node_agent_mmd_llm_model_layer_llmlayer_indexer_index_4f4deef5,node_agent_mmd_memory_vector_layer_memorylayer_indexe_93e6d86f,init_error_5c7dd49f,lexical_fallback_723e2b3e,node_agent_mmd_llm_model_layer_llmlayer_ollama_ollama_968b23fa,node_agent_mmd_memory_vector_layer_memorylayer_ollama_6d51be16,rollout_a4fa034c,sources_878a52fc,store_824d80d7,node_agent_mmd_llm_model_layer_llmlayer_sync_contract_9f3cc8c1,node_agent_mmd_memory_vector_layer_memorylayer_sync_c_e43418bc,types_4_822d0f88,harness_run_context_ac7c77a9,index_1_faebc14e,json_schema_core_96d7e328,node_agent_mmd_orchestration_layer_orchestration_poli_3270b55d,node_agent_mmd_tool_layer_toollayer_policy_validators_af136abf,node_agent_mmd_memory_vector_layer_memorylayer_policy_1944de42,node_agent_mmd_orchestration_layer_orchestration_type_7cf81261,node_agent_mmd_tool_layer_toollayer_types_core_types__6c8319b6,node_agent_mmd_memory_vector_layer_memorylayer_types__83f369fa,node_agent_mmd_orchestration_layer_orchestration_vali_d9fe99e6,node_agent_mmd_tool_layer_toollayer_validator_core_va_6ef6131f,node_agent_mmd_memory_vector_layer_memorylayer_valida_41034356,node_agent_mmd_orchestration_layer_orchestration_init_2a9c3ecb,node_agent_mmd_memory_vector_layer_memorylayer_init_m_333d02c5,node_agent_mmd_orchestration_layer_orchestration_proj_6ab6f60f,node_agent_mmd_memory_vector_layer_memorylayer_projec_3ae304d9,scaffold_diagram_templates_dd88e83c,node_agent_mmd_orchestration_layer_orchestration_scaf_12cc07db,node_agent_mmd_memory_vector_layer_memorylayer_scaffo_5fd73b94,node_agent_mmd_orchestration_layer_orchestration_scaf_c9a90c2f,node_agent_mmd_tool_layer_toollayer_scaffold_environm_c1afc013,node_agent_mmd_memory_vector_layer_memorylayer_scaffo_12b42341,scaffold_root_command_templates_404fed7f,scaffold_script_template_registry_69312d4e,scaffold_shell_templates_0ad0f915,scaffold_surfaces_12d6494e,node_agent_mmd_orchestration_layer_orchestration_scaf_ff8f92f6,node_agent_mmd_memory_vector_layer_memorylayer_scaffo_a86eece1,scaffold_workflow_template_92310587,eval_seed_5699fd3e,index_4_013aa0e3,review_context_1_e3afed15,memory_gate_1_265164ac,branch_enforcer_acb749cd,cli_args_5_09ea29f0,node_agent_mmd_tool_layer_toollayer_cli_cli_2_1_32d9eeaf,node_agent_mmd_memory_vector_layer_memorylayer_cli_cl_1f1f89ab,node_agent_mmd_tool_layer_toollayer_metrics_tracker_m_4c9237d8,node_agent_mmd_memory_vector_layer_memorylayer_metric_12562178,types_11_4be3ee64,validator_4_5180cf23,node_agent_mmd_orchestration_layer_orchestration_clas_899b821a,node_agent_mmd_memory_vector_layer_memorylayer_classi_1ebbf5ff,node_agent_mmd_orchestration_layer_orchestration_tool_cc43149f,node_agent_mmd_tool_layer_toollayer_tooling_baseline__61e66e9f,node_agent_mmd_memory_vector_layer_memorylayer_toolin_14f86b00,claim_helpers_20dc8387,types_16_0fae1112,local_memory_smoke_1175abfc,local_memory_0db17ecc,performance_overload_c685bfcf,node_agent_mmd_orchestration_layer_orchestration_sugg_85c5ebe3,node_agent_mmd_memory_vector_layer_memorylayer_sugges_267f408d,types_23_4352ee2e,overload_guard_2748c559 memNode
